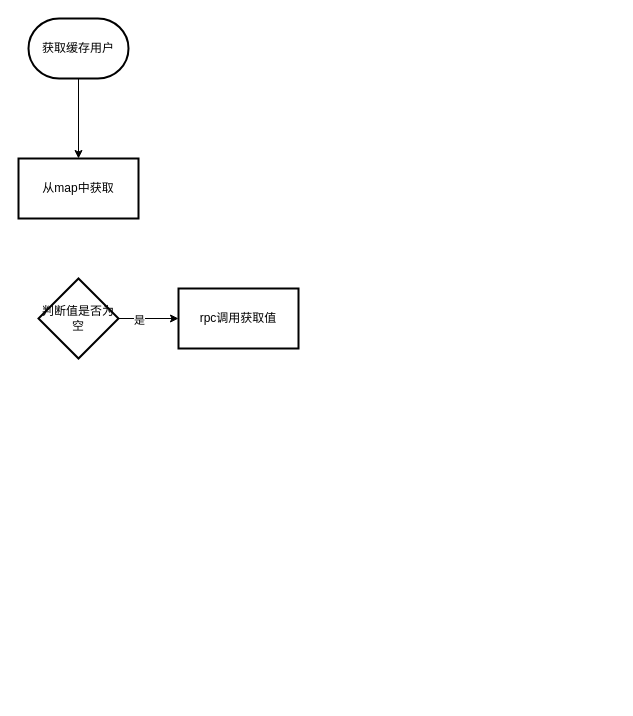
Above: 中台/用户中心/大hash优化.drawio in gudujiujian11/diagram (draw.io), before the change. Source tidied: cells renumbered, new cells numbered last; positions are measured from the earlier drawing's top-left corner, leaving out a move shared by most shapes. Both pictures are drawn from the tidied source at 100%, with x=0, y=0 at pixel (18, 18).
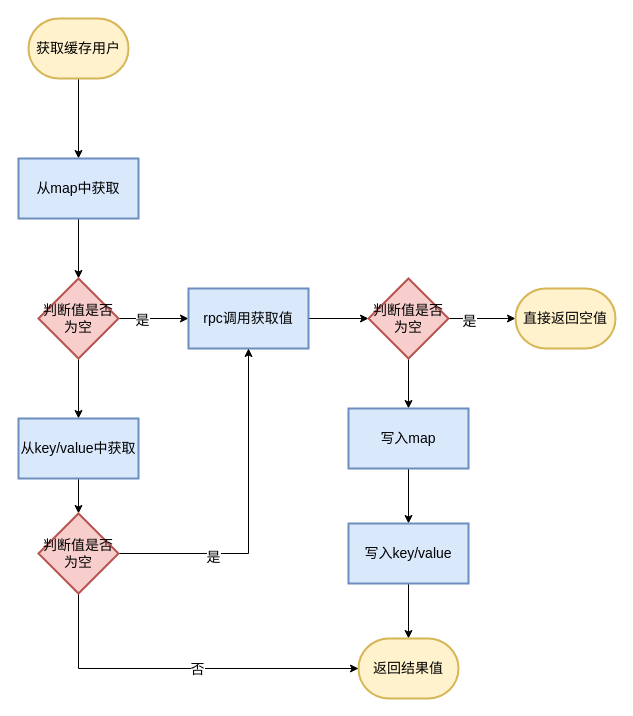
After the change.

Commit message (it also covers changes not shown here):
更新大hash优化.drawio

Diff of the diagram source:
```diff
@@
-    <mxCell id="2" style="edgeStyle=orthogonalEdgeStyle;rounded=0;jettySize=auto;html=1;" parent="1" edge="1" source="3" target="4">
+    <mxCell id="2" style="edgeStyle=orthogonalEdgeStyle;rounded=0;jettySize=auto;html=1;fontSize=14;" parent="1" edge="1" source="3" target="4">
       <mxGeometry relative="1" as="geometry" />
     </mxCell>
-    <mxCell id="3" value="获取缓存用户" style="strokeWidth=2;html=1;shape=mxgraph.flowchart.terminator;whiteSpace=wrap;" parent="1" vertex="1">
+    <mxCell id="3" value="获取缓存用户" style="strokeWidth=2;html=1;shape=mxgraph.flowchart.terminator;whiteSpace=wrap;fontSize=14;fillColor=#fff2cc;strokeColor=#d6b656;" parent="1" vertex="1">
       <mxGeometry x="10" width="100" height="60" as="geometry" />
     </mxCell>
+    <mxCell id="9" style="edgeStyle=orthogonalEdgeStyle;rounded=0;jettySize=auto;html=1;fontSize=14;" parent="1" edge="1" source="4" target="7">
+      <mxGeometry relative="1" as="geometry" />
+    </mxCell>
-    <mxCell id="4" value="从map中获取" style="whiteSpace=wrap;html=1;strokeWidth=2;" parent="1" vertex="1">
+    <mxCell id="4" value="从map中获取" style="whiteSpace=wrap;html=1;strokeWidth=2;fontSize=14;fillColor=#dae8fc;strokeColor=#6c8ebf;" parent="1" vertex="1">
       <mxGeometry y="140" width="120" height="60" as="geometry" />
     </mxCell>
-    <mxCell id="5" style="edgeStyle=orthogonalEdgeStyle;rounded=0;jettySize=auto;html=1;" parent="1" edge="1" source="7" target="8">
+    <mxCell id="5" style="edgeStyle=orthogonalEdgeStyle;rounded=0;jettySize=auto;html=1;fontSize=14;" parent="1" edge="1" source="7" target="8">
       <mxGeometry relative="1" as="geometry" />
     </mxCell>
-    <mxCell id="6" value="是" style="edgeLabel;html=1;align=center;verticalAlign=middle;" parent="5" vertex="1">
+    <mxCell id="6" value="是" style="edgeLabel;html=1;align=center;verticalAlign=middle;fontSize=14;" parent="5" vertex="1">
       <mxGeometry x="-0.33" relative="1" as="geometry">
         <mxPoint y="1" as="offset" />
       </mxGeometry>
     </mxCell>
+    <mxCell id="10" style="edgeStyle=orthogonalEdgeStyle;rounded=0;jettySize=auto;html=1;entryX=0.5;entryY=0;entryDx=0;entryDy=0;fontSize=14;" parent="1" edge="1" source="7" target="23">
+      <mxGeometry relative="1" as="geometry" />
+    </mxCell>
-    <mxCell id="7" value="判断值是否为空" style="rhombus;whiteSpace=wrap;html=1;strokeWidth=2;" parent="1" vertex="1">
+    <mxCell id="7" value="判断值是否为空" style="rhombus;whiteSpace=wrap;html=1;strokeWidth=2;fontSize=14;fillColor=#f8cecc;strokeColor=#b85450;" parent="1" vertex="1">
       <mxGeometry x="20" y="260" width="80" height="80" as="geometry" />
     </mxCell>
+    <mxCell id="11" style="edgeStyle=orthogonalEdgeStyle;rounded=0;jettySize=auto;html=1;entryX=0;entryY=0.5;entryDx=0;entryDy=0;fontSize=14;" parent="1" edge="1" source="8" target="15">
+      <mxGeometry relative="1" as="geometry" />
+    </mxCell>
-    <mxCell id="8" value="rpc调用获取值" style="whiteSpace=wrap;html=1;strokeWidth=2;" parent="1" vertex="1">
-      <mxGeometry x="160" y="270" width="120" height="60" as="geometry" />
+    <mxCell id="8" value="rpc调用获取值" style="whiteSpace=wrap;html=1;strokeWidth=2;fontSize=14;fillColor=#dae8fc;strokeColor=#6c8ebf;" parent="1" vertex="1">
+      <mxGeometry x="170" y="270" width="120" height="60" as="geometry" />
     </mxCell>
+    <mxCell id="12" style="edgeStyle=orthogonalEdgeStyle;rounded=0;jettySize=auto;html=1;fontSize=14;" parent="1" edge="1" source="15" target="16">
+      <mxGeometry relative="1" as="geometry" />
+    </mxCell>
+    <mxCell id="13" value="是" style="edgeLabel;html=1;align=center;verticalAlign=middle;fontSize=14;" parent="12" vertex="1">
+      <mxGeometry x="-0.4" y="-1" relative="1" as="geometry">
+        <mxPoint y="1" as="offset" />
+      </mxGeometry>
+    </mxCell>
+    <mxCell id="14" style="edgeStyle=orthogonalEdgeStyle;rounded=0;jettySize=auto;html=1;fontSize=14;" parent="1" edge="1" source="15" target="18">
+      <mxGeometry relative="1" as="geometry" />
+    </mxCell>
+    <mxCell id="15" value="判断值是否为空" style="rhombus;whiteSpace=wrap;html=1;strokeWidth=2;fontSize=14;fillColor=#f8cecc;strokeColor=#b85450;" parent="1" vertex="1">
+      <mxGeometry x="350" y="260" width="80" height="80" as="geometry" />
+    </mxCell>
+    <mxCell id="16" value="直接返回空值" style="strokeWidth=2;html=1;shape=mxgraph.flowchart.terminator;whiteSpace=wrap;fontSize=14;fillColor=#fff2cc;strokeColor=#d6b656;" parent="1" vertex="1">
+      <mxGeometry x="497" y="270" width="100" height="60" as="geometry" />
+    </mxCell>
+    <mxCell id="17" style="edgeStyle=orthogonalEdgeStyle;rounded=0;jettySize=auto;html=1;fontSize=14;" parent="1" edge="1" source="18" target="20">
+      <mxGeometry relative="1" as="geometry" />
+    </mxCell>
+    <mxCell id="18" value="写入map" style="whiteSpace=wrap;html=1;strokeWidth=2;fontSize=14;fillColor=#dae8fc;strokeColor=#6c8ebf;" parent="1" vertex="1">
+      <mxGeometry x="330" y="390" width="120" height="60" as="geometry" />
+    </mxCell>
+    <mxCell id="19" style="edgeStyle=orthogonalEdgeStyle;rounded=0;jettySize=auto;html=1;fontSize=14;" parent="1" edge="1" source="20" target="21">
+      <mxGeometry relative="1" as="geometry" />
+    </mxCell>
+    <mxCell id="20" value="写入key/value" style="whiteSpace=wrap;html=1;strokeWidth=2;fontSize=14;fillColor=#dae8fc;strokeColor=#6c8ebf;" parent="1" vertex="1">
+      <mxGeometry x="330" y="505" width="120" height="60" as="geometry" />
+    </mxCell>
+    <mxCell id="21" value="返回结果值" style="strokeWidth=2;html=1;shape=mxgraph.flowchart.terminator;whiteSpace=wrap;fontSize=14;fillColor=#fff2cc;strokeColor=#d6b656;" parent="1" vertex="1">
+      <mxGeometry x="340" y="620" width="100" height="60" as="geometry" />
+    </mxCell>
+    <mxCell id="22" style="edgeStyle=orthogonalEdgeStyle;rounded=0;jettySize=auto;html=1;fontSize=14;" parent="1" edge="1" source="23" target="28">
+      <mxGeometry relative="1" as="geometry" />
+    </mxCell>
+    <mxCell id="23" value="从key/value中获取" style="whiteSpace=wrap;html=1;fontSize=14;strokeWidth=2;fillColor=#dae8fc;strokeColor=#6c8ebf;" parent="1" vertex="1">
+      <mxGeometry y="400" width="120" height="60" as="geometry" />
+    </mxCell>
+    <mxCell id="24" style="edgeStyle=orthogonalEdgeStyle;rounded=0;jettySize=auto;html=1;fontSize=14;" parent="1" edge="1" source="28" target="8">
+      <mxGeometry relative="1" as="geometry" />
+    </mxCell>
+    <mxCell id="25" value="是" style="edgeLabel;html=1;align=center;verticalAlign=middle;fontSize=14;" parent="24" vertex="1">
+      <mxGeometry x="-0.44" y="-2" relative="1" as="geometry">
+        <mxPoint y="1" as="offset" />
+      </mxGeometry>
+    </mxCell>
+    <mxCell id="26" style="edgeStyle=orthogonalEdgeStyle;rounded=0;jettySize=auto;html=1;entryX=0;entryY=0.5;entryDx=0;entryDy=0;entryPerimeter=0;fontSize=14;" parent="1" edge="1" source="28" target="21">
+      <mxGeometry relative="1" as="geometry">
+        <Array as="points">
+          <mxPoint x="60" y="650" />
+        </Array>
+      </mxGeometry>
+    </mxCell>
+    <mxCell id="27" value="否" style="edgeLabel;html=1;align=center;verticalAlign=middle;fontSize=14;" parent="26" vertex="1">
+      <mxGeometry x="0.09" y="1" relative="1" as="geometry">
+        <mxPoint y="1" as="offset" />
+      </mxGeometry>
+    </mxCell>
+    <mxCell id="28" value="判断值是否为空" style="rhombus;whiteSpace=wrap;html=1;strokeWidth=2;fontSize=14;fillColor=#f8cecc;strokeColor=#b85450;" parent="1" vertex="1">
+      <mxGeometry x="20" y="495" width="80" height="80" as="geometry" />
+    </mxCell>
```
